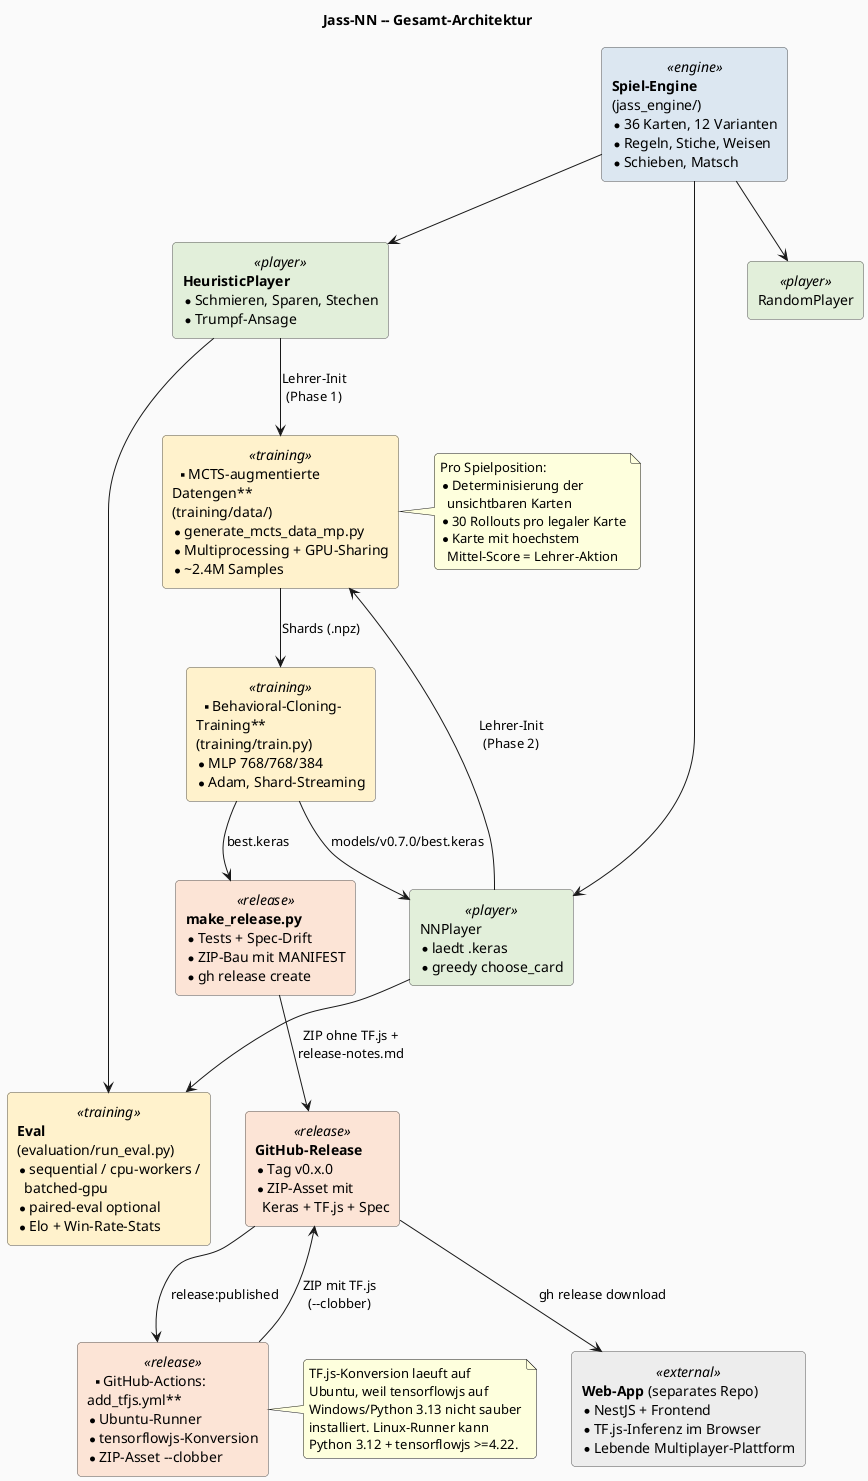
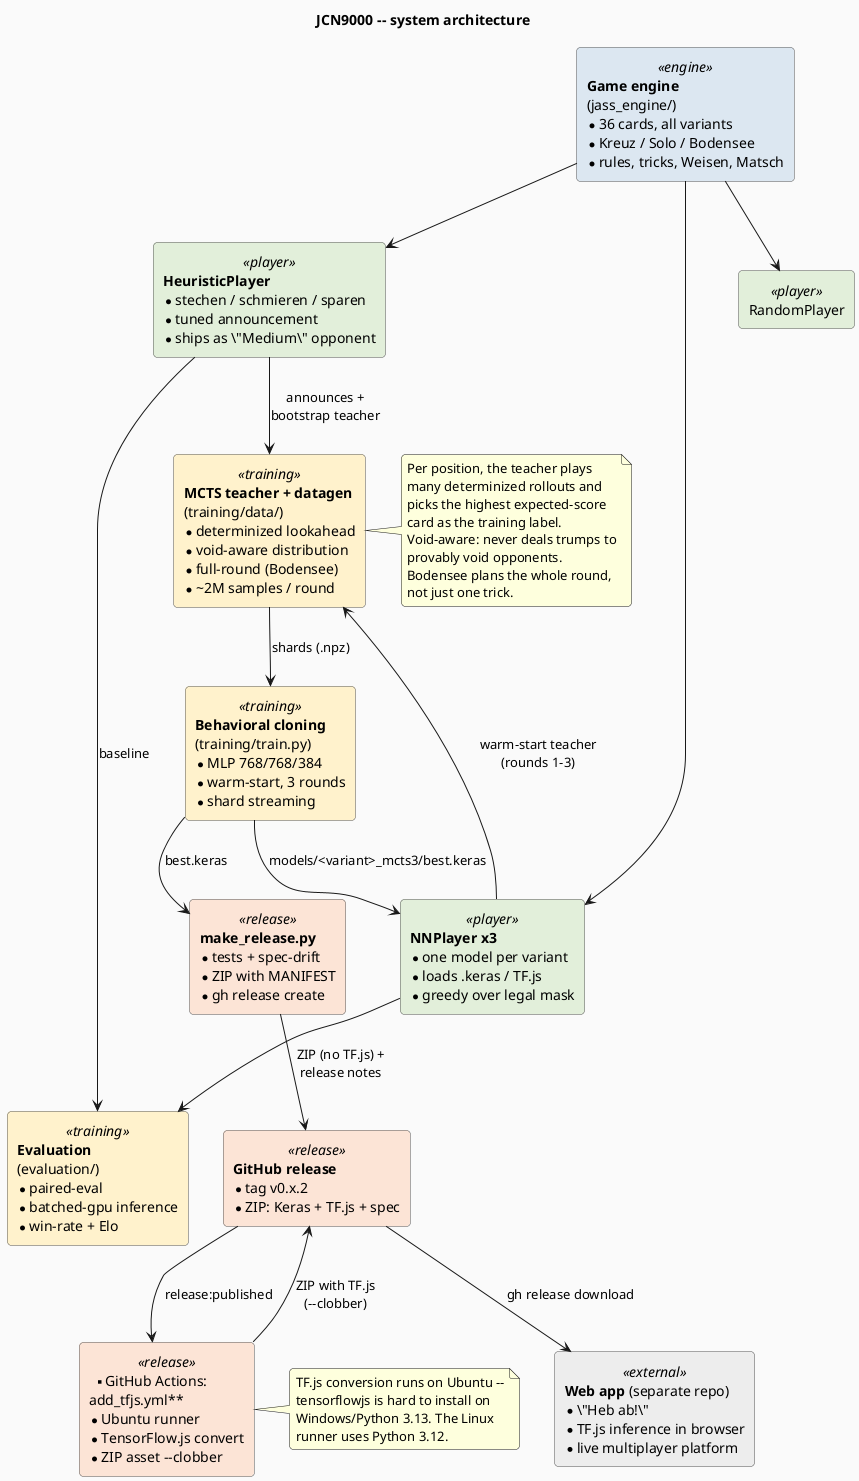
@startuml system_overview
- ' Gesamt-Architektur: vom Code im NN-Repo bis zur Web-App im Browser.
- ' Rendern: plantuml -tpng docs/diagrams/system_overview.puml
+ ' Gesamt-Architektur / system architecture: vom Code im Repo bis zur Web-App.
+ ' Rendern: java -DPLANTUML_LIMIT_SIZE=16384 -jar plantuml.jar docs/diagrams/system_overview.puml

- title Jass-NN -- Gesamt-Architektur
+ title JCN9000 -- system architecture

skinparam backgroundColor #FAFAFA
skinparam defaultFontName "Helvetica"
skinparam roundCorner 8
skinparam shadowing false

skinparam rectangle {
  BackgroundColor<<engine>>     #DCE7F1
  BackgroundColor<<player>>     #E2EFDA
  BackgroundColor<<training>>   #FFF2CC
  BackgroundColor<<release>>    #FCE4D6
  BackgroundColor<<external>>   #EDEDED
  BorderColor #555555
}

- rectangle "**Spiel-Engine**\n(jass_engine/)\n* 36 Karten, 12 Varianten\n* Regeln, Stiche, Weisen\n* Schieben, Matsch" <<engine>> as engine
+ rectangle "**Game engine**\n(jass_engine/)\n* 36 cards, all variants\n* Kreuz / Solo / Bodensee\n* rules, tricks, Weisen, Matsch" <<engine>> as engine

rectangle "RandomPlayer" <<player>> as random
- rectangle "**HeuristicPlayer**\n* Schmieren, Sparen, Stechen\n* Trumpf-Ansage" <<player>> as heuristic
- rectangle "NNPlayer\n* laedt .keras\n* greedy choose_card" <<player>> as nn
+ rectangle "**HeuristicPlayer**\n* stechen / schmieren / sparen\n* tuned announcement\n* ships as \"Medium\" opponent" <<player>> as heuristic
+ rectangle "**NNPlayer x3**\n* one model per variant\n* loads .keras / TF.js\n* greedy over legal mask" <<player>> as nn

- rectangle "**MCTS-augmentierte\nDatengen**\n(training/data/)\n* generate_mcts_data_mp.py\n* Multiprocessing + GPU-Sharing\n* ~2.4M Samples" <<training>> as datagen
- rectangle "**Behavioral-Cloning-\nTraining**\n(training/train.py)\n* MLP 768/768/384\n* Adam, Shard-Streaming" <<training>> as train
- rectangle "**Eval**\n(evaluation/run_eval.py)\n* sequential / cpu-workers /\n  batched-gpu\n* paired-eval optional\n* Elo + Win-Rate-Stats" <<training>> as eval
+ rectangle "**MCTS teacher + datagen**\n(training/data/)\n* determinized lookahead\n* void-aware distribution\n* full-round (Bodensee)\n* ~2M samples / round" <<training>> as datagen
+ rectangle "**Behavioral cloning**\n(training/train.py)\n* MLP 768/768/384\n* warm-start, 3 rounds\n* shard streaming" <<training>> as train
+ rectangle "**Evaluation**\n(evaluation/)\n* paired-eval\n* batched-gpu inference\n* win-rate + Elo" <<training>> as eval

- rectangle "**make_release.py**\n* Tests + Spec-Drift\n* ZIP-Bau mit MANIFEST\n* gh release create" <<release>> as makerelease
- rectangle "**GitHub-Actions:\nadd_tfjs.yml**\n* Ubuntu-Runner\n* tensorflowjs-Konversion\n* ZIP-Asset --clobber" <<release>> as actions
- rectangle "**GitHub-Release**\n* Tag v0.x.0\n* ZIP-Asset mit\n  Keras + TF.js + Spec" <<release>> as release
+ rectangle "**make_release.py**\n* tests + spec-drift\n* ZIP with MANIFEST\n* gh release create" <<release>> as makerelease
+ rectangle "**GitHub Actions:\nadd_tfjs.yml**\n* Ubuntu runner\n* TensorFlow.js convert\n* ZIP asset --clobber" <<release>> as actions
+ rectangle "**GitHub release**\n* tag v0.x.2\n* ZIP: Keras + TF.js + spec" <<release>> as release

- rectangle "**Web-App** (separates Repo)\n* NestJS + Frontend\n* TF.js-Inferenz im Browser\n* Lebende Multiplayer-Plattform" <<external>> as webapp
+ rectangle "**Web app** (separate repo)\n* \"Heb ab!\"\n* TF.js inference in browser\n* live multiplayer platform" <<external>> as webapp

engine --> random
engine --> heuristic
engine --> nn

- heuristic --> datagen : "Lehrer-Init\n(Phase 1)"
- nn --> datagen : "Lehrer-Init\n(Phase 2)"
- datagen --> train : "Shards (.npz)"
- train --> nn : "models/v0.7.0/best.keras"
+ heuristic --> datagen : "announces +\nbootstrap teacher"
+ nn --> datagen : "warm-start teacher\n(rounds 1-3)"
+ datagen --> train : "shards (.npz)"
+ train --> nn : "models/<variant>_mcts3/best.keras"

nn --> eval
- heuristic --> eval
+ heuristic --> eval : "baseline"

train --> makerelease : "best.keras"
- makerelease --> release : "ZIP ohne TF.js +\nrelease-notes.md"
+ makerelease --> release : "ZIP (no TF.js) +\nrelease notes"
release --> actions : "release:published"
- actions --> release : "ZIP mit TF.js\n(--clobber)"
+ actions --> release : "ZIP with TF.js\n(--clobber)"

release --> webapp : "gh release download"

note right of datagen
-   Pro Spielposition:
-   * Determinisierung der
-     unsichtbaren Karten
-   * 30 Rollouts pro legaler Karte
-   * Karte mit hoechstem
-     Mittel-Score = Lehrer-Aktion
+   Per position, the teacher plays
+   many determinized rollouts and
+   picks the highest expected-score
+   card as the training label.
+   Void-aware: never deals trumps to
+   provably void opponents.
+   Bodensee plans the whole round,
+   not just one trick.
end note

note right of actions
-   TF.js-Konversion laeuft auf
-   Ubuntu, weil tensorflowjs auf
-   Windows/Python 3.13 nicht sauber
-   installiert. Linux-Runner kann
-   Python 3.12 + tensorflowjs >=4.22.
+   TF.js conversion runs on Ubuntu --
+   tensorflowjs is hard to install on
+   Windows/Python 3.13. The Linux
+   runner uses Python 3.12.
end note

@enduml
